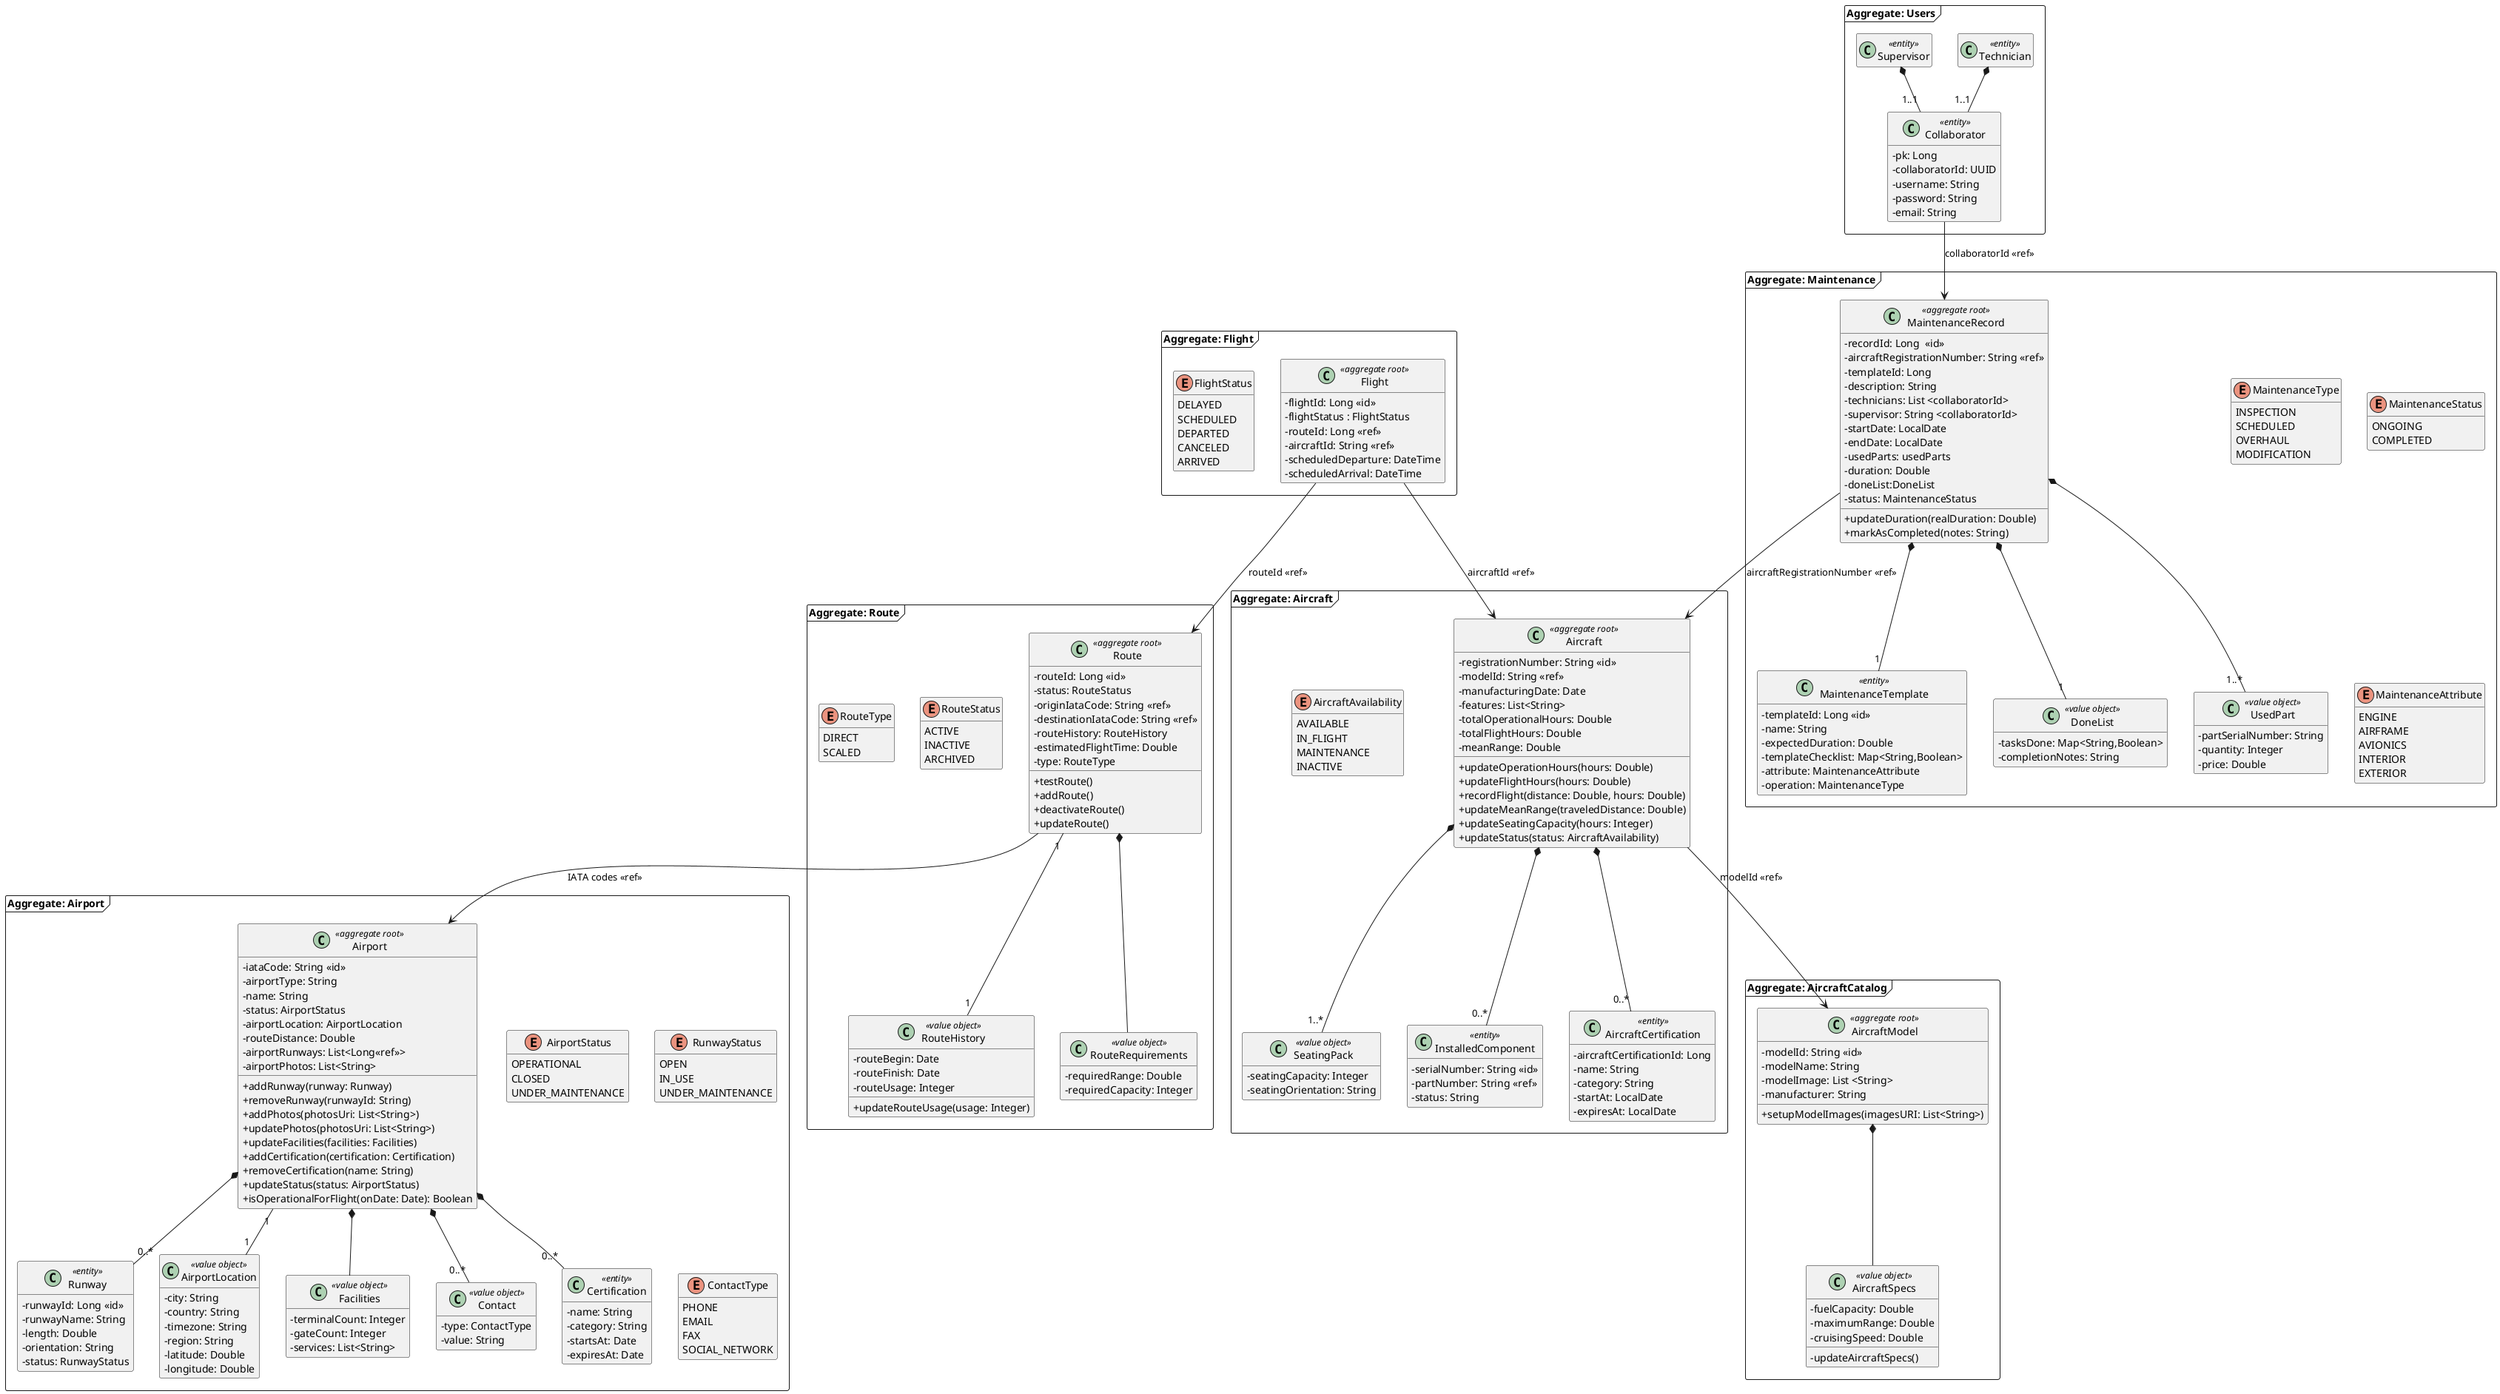
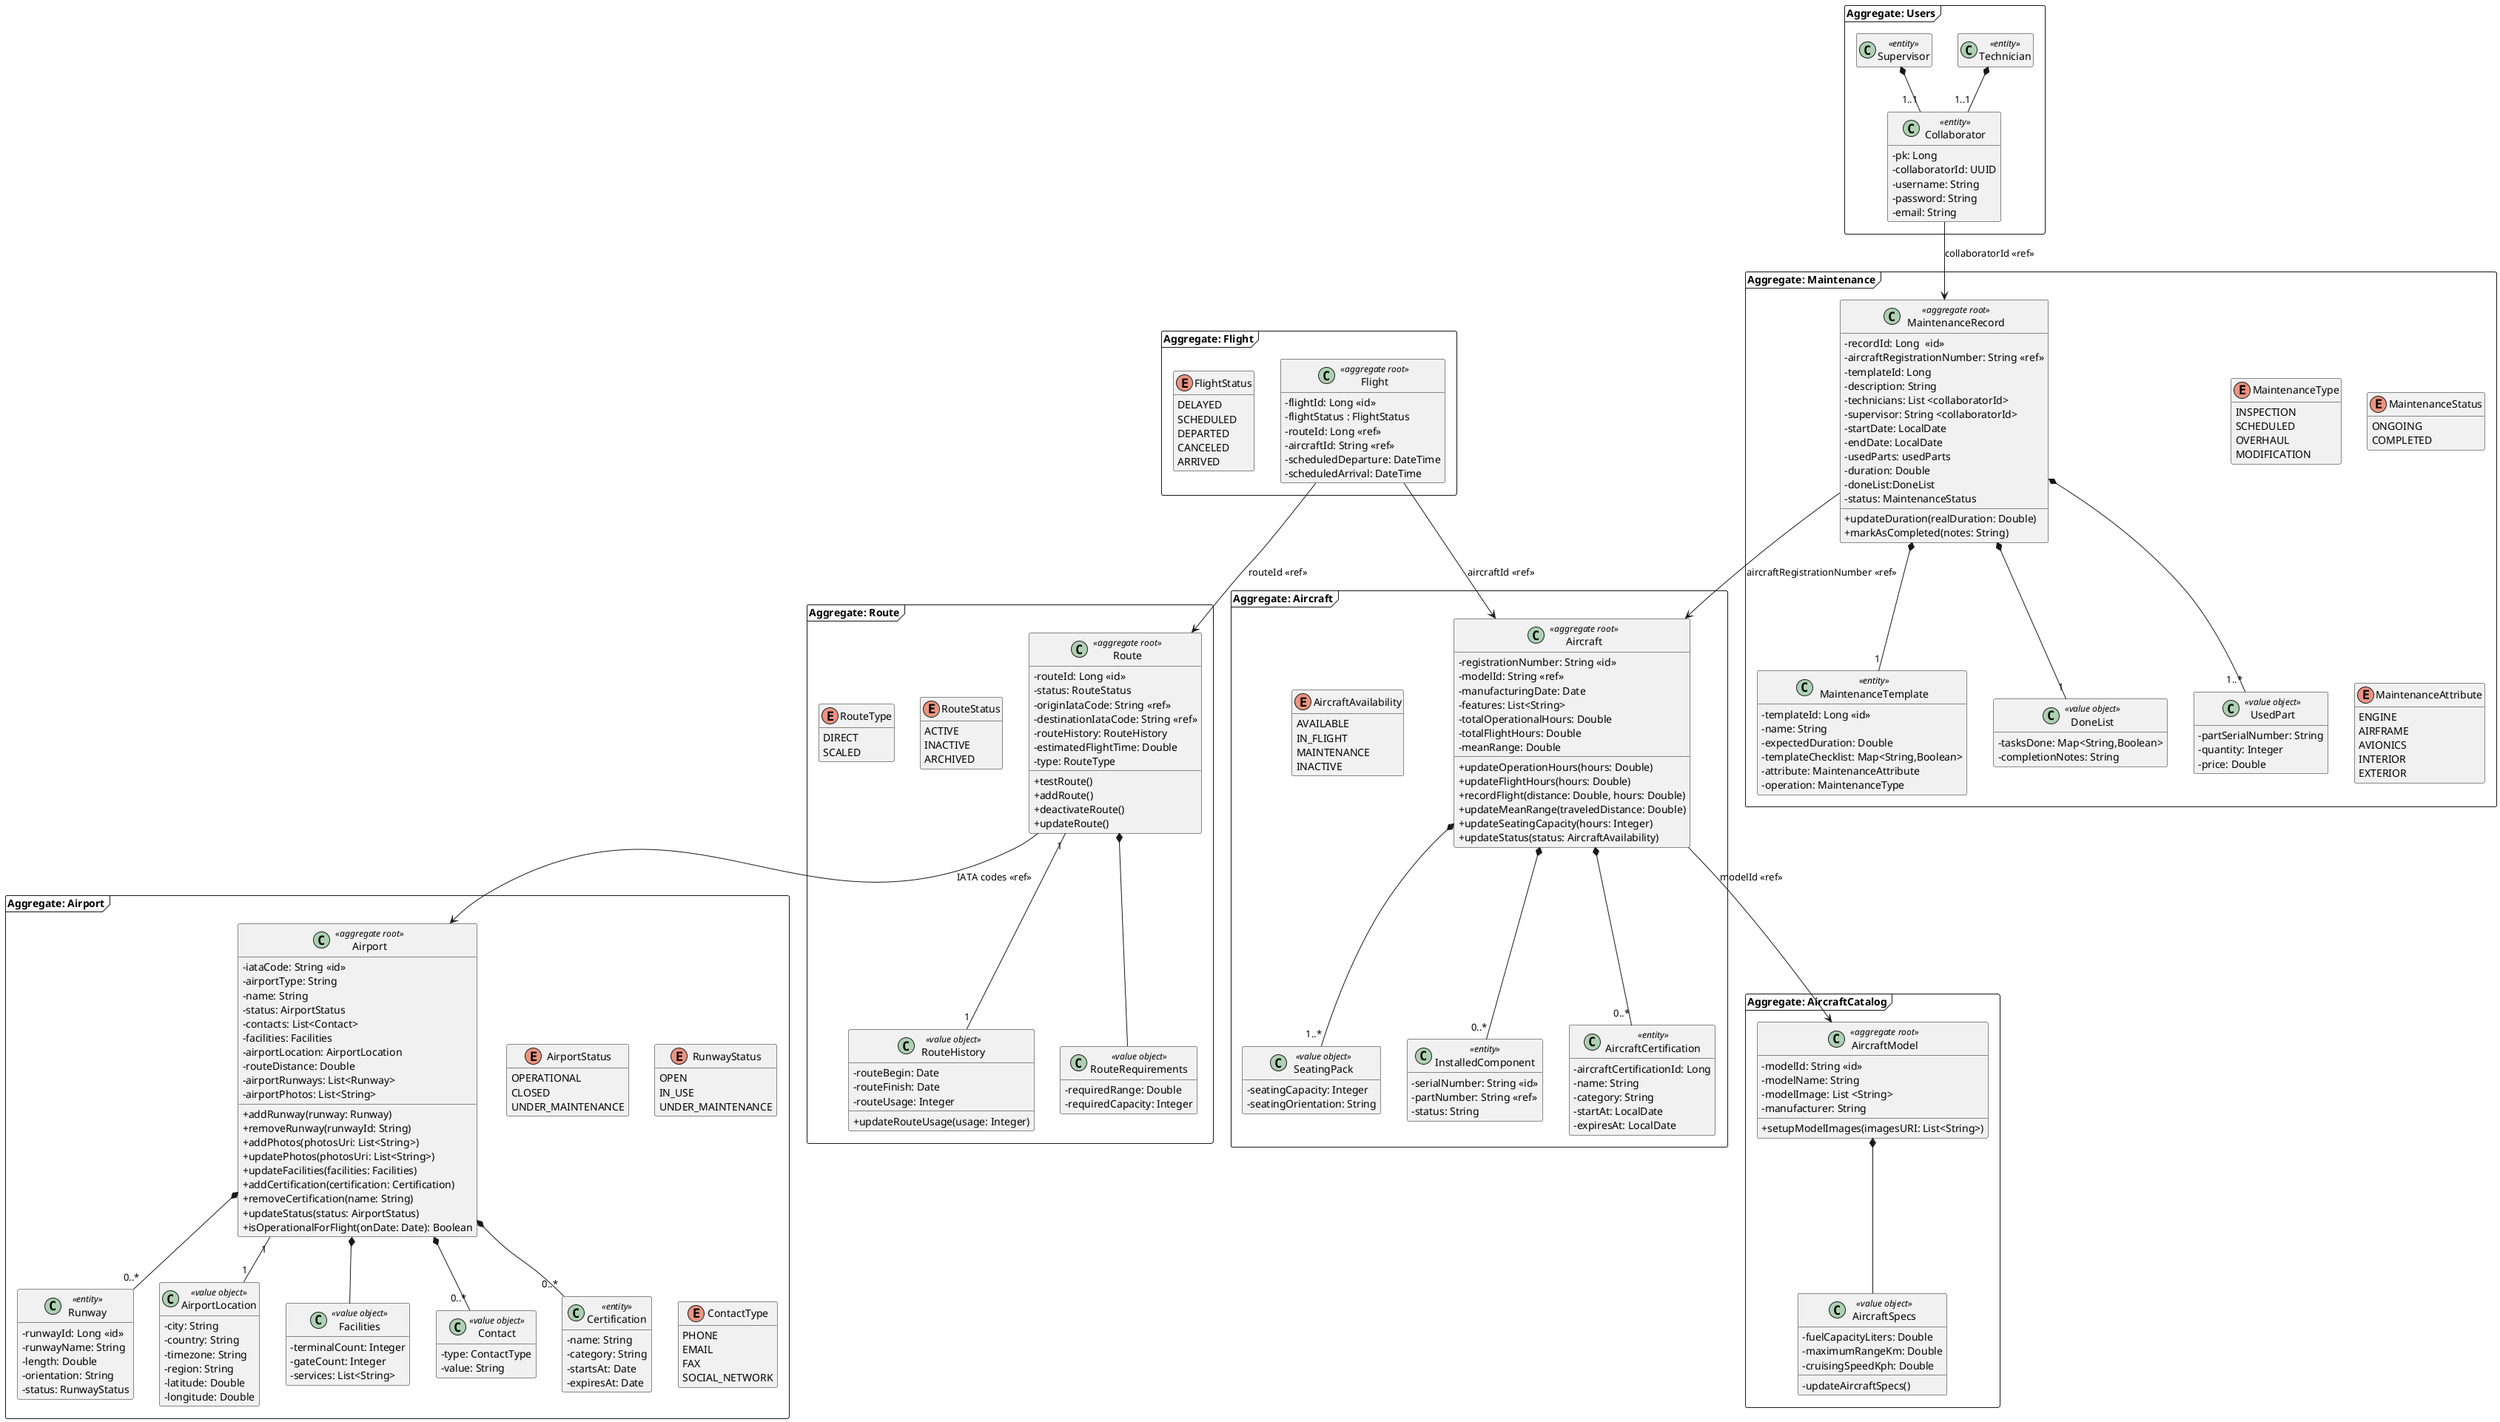
@startuml
skinparam classAttributeIconSize 0
hide empty members
skinparam packageStyle frame

' AIRPORT AGGREGATE

package "Aggregate: Airport" <<Frame>> {

class Airport <<aggregate root>> {
    - iataCode: String <<id>>
    - airportType: String
    - name: String
    - status: AirportStatus
+     - contacts: List<Contact>
+     - facilities: Facilities
    - airportLocation: AirportLocation
    - routeDistance: Double
-     - airportRunways: List<Long<<ref>>>
+     - airportRunways: List<Runway>
    - airportPhotos: List<String>
    + addRunway(runway: Runway)
    + removeRunway(runwayId: String)
    + addPhotos(photosUri: List<String>)
    + updatePhotos(photosUri: List<String>)
    + updateFacilities(facilities: Facilities)
    + addCertification(certification: Certification)
    + removeCertification(name: String)
    + updateStatus(status: AirportStatus)
    + isOperationalForFlight(onDate: Date): Boolean
}

class Runway <<entity>> {
    - runwayId: Long <<id>>
    - runwayName: String
    - length: Double
    - orientation: String
    - status: RunwayStatus
}

class AirportLocation <<value object>> {
    - city: String
    - country: String
    - timezone: String
    - region: String
    - latitude: Double
    - longitude: Double
}

class Facilities <<value object>> {
    - terminalCount: Integer
    - gateCount: Integer
    - services: List<String>
}

class Contact <<value object>> {
    - type: ContactType
    - value: String
}

class Certification <<entity>> {
    - name: String
    - category: String
    - startsAt: Date
    - expiresAt: Date
}

enum AirportStatus {
    OPERATIONAL
    CLOSED
    UNDER_MAINTENANCE
}

enum RunwayStatus {
    OPEN
    IN_USE
    UNDER_MAINTENANCE
}

enum ContactType {
    PHONE
    EMAIL
    FAX
    SOCIAL_NETWORK
}

Airport *-- "0..*" Runway
Airport "1"--"1" AirportLocation
Airport *-- Facilities
Airport *-- "0..*" Contact
Airport *-- "0..*" Certification
}

' FLIGHT AGGREGATE

package "Aggregate: Flight" <<Frame>> {

class Flight <<aggregate root>> {
    - flightId: Long <<id>>
    - flightStatus : FlightStatus
    - routeId: Long <<ref>>
    - aircraftId: String <<ref>>
    - scheduledDeparture: DateTime
    - scheduledArrival: DateTime
  }

enum FlightStatus {
    DELAYED
    SCHEDULED
    DEPARTED
    CANCELED
    ARRIVED
}
}

' ROUTE AGGREGATE

package "Aggregate: Route" <<Frame>> {

class Route <<aggregate root>> {
    - routeId: Long <<id>>
    - status: RouteStatus
    - originIataCode: String <<ref>>
    - destinationIataCode: String <<ref>>
    - routeHistory: RouteHistory
    - estimatedFlightTime: Double
    - type: RouteType
    + testRoute()
    + addRoute()
    + deactivateRoute()
    + updateRoute()
}

class RouteHistory <<value object>>{
    - routeBegin: Date
    - routeFinish: Date
    - routeUsage: Integer
    +updateRouteUsage(usage: Integer)
}

class RouteRequirements <<value object>> {
    - requiredRange: Double
    - requiredCapacity: Integer
}

enum RouteStatus {
    ACTIVE
    INACTIVE
    ARCHIVED
}

enum RouteType{
    DIRECT
    SCALED
}

Route *-- RouteRequirements
Route "1"--"1" RouteHistory
}

' AIRCRAFT MODEL AGGREGATE

package "Aggregate: AircraftCatalog" <<Frame>> {

class AircraftModel <<aggregate root>> {
    - modelId: String <<id>>
    - modelName: String
    - modelImage: List <String>
    - manufacturer: String
    + setupModelImages(imagesURI: List<String>)
}

class AircraftSpecs <<value object>> {
-     - fuelCapacity: Double
-     - maximumRange: Double
-     - cruisingSpeed: Double
+     - fuelCapacityLiters: Double
+     - maximumRangeKm: Double
+     - cruisingSpeedKph: Double
    - updateAircraftSpecs()
}

AircraftModel *-- AircraftSpecs
}

' AIRCRAFT AGGREGATE

package "Aggregate: Aircraft" <<Frame>> {

class Aircraft <<aggregate root>> {
    - registrationNumber: String <<id>>
    - modelId: String <<ref>>
    - manufacturingDate: Date
    - features: List<String>
    - totalOperationalHours: Double
    - totalFlightHours: Double
    - meanRange: Double
    + updateOperationHours(hours: Double)
    + updateFlightHours(hours: Double)
    + recordFlight(distance: Double, hours: Double)
    + updateMeanRange(traveledDistance: Double)
    + updateSeatingCapacity(hours: Integer)
    + updateStatus(status: AircraftAvailability)
}

class SeatingPack <<value object>>{
    - seatingCapacity: Integer
    - seatingOrientation: String
}

class InstalledComponent <<entity>> {
    - serialNumber: String <<id>>
    - partNumber: String <<ref>>
    - status: String
}

class AircraftCertification <<entity>> {
    - aircraftCertificationId: Long
    - name: String
    - category: String
    - startAt: LocalDate
    - expiresAt: LocalDate
}

enum AircraftAvailability {
    AVAILABLE
    IN_FLIGHT
    MAINTENANCE
    INACTIVE
}

Aircraft *-- "0..*" InstalledComponent
Aircraft *-- "0..*" AircraftCertification
Aircraft *-- "1..*" SeatingPack

}


' MAINTENANCE AGGREGATE

package "Aggregate: Maintenance" <<Frame>> {

class MaintenanceRecord <<aggregate root>> {
    - recordId: Long  <<id>>
    - aircraftRegistrationNumber: String <<ref>>
    - templateId: Long
    - description: String
    - technicians: List <collaboratorId>
    - supervisor: String <collaboratorId>
    - startDate: LocalDate
    - endDate: LocalDate
    - usedParts: usedParts
    - duration: Double
    - doneList:DoneList
    - status: MaintenanceStatus
    + updateDuration(realDuration: Double)
    + markAsCompleted(notes: String)
}

class MaintenanceTemplate <<entity>> {
    - templateId: Long <<id>>
    - name: String
    - expectedDuration: Double
    - templateChecklist: Map<String,Boolean>
    - attribute: MaintenanceAttribute
    - operation: MaintenanceType
}

class DoneList <<value object>>{
    - tasksDone: Map<String,Boolean>
    - completionNotes: String
}

enum MaintenanceType {
    INSPECTION
    SCHEDULED
    OVERHAUL
    MODIFICATION
}

enum MaintenanceStatus {
    ONGOING
    COMPLETED
}

enum MaintenanceAttribute {
    ENGINE
    AIRFRAME
    AVIONICS
    INTERIOR
    EXTERIOR
}


class UsedPart <<value object>> {
    - partSerialNumber: String
    - quantity: Integer
    - price: Double
}
MaintenanceRecord *-- "1" MaintenanceTemplate
MaintenanceRecord *-- "1..*" UsedPart
MaintenanceRecord *-- "1" DoneList
}

package "Aggregate: Users" <<Frame>> {
class Technician <<entity>> {
}

class Supervisor <<entity>> {
}

class Collaborator <<entity>> {
    - pk: Long
    - collaboratorId: UUID
    - username: String
    - password: String
    - email: String
}

Technician *--"1..1" Collaborator
Supervisor *--"1..1" Collaborator
}

' RELATIONSHIPS

Flight --> Route : routeId <<ref>>
Flight --> Aircraft : aircraftId <<ref>>
Aircraft --> AircraftModel : modelId <<ref>>
Route --> Airport : IATA codes <<ref>>
MaintenanceRecord --> Aircraft : aircraftRegistrationNumber <<ref>>
Collaborator --> MaintenanceRecord : collaboratorId <<ref>>
@enduml